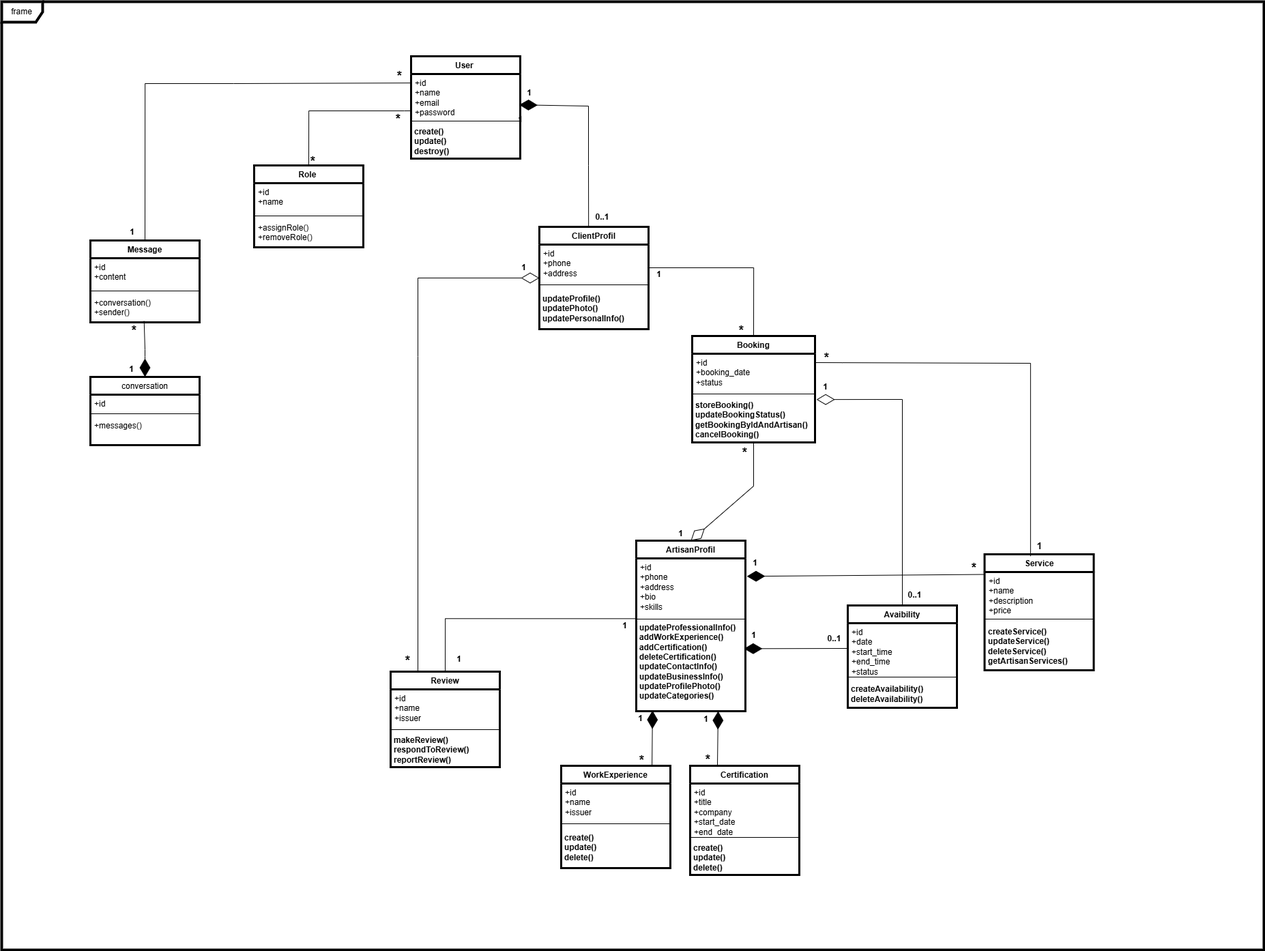
Earlier version of the draw.io export Documentation/Conception/Diagrammes UML/diagrammeClass.drawio.png (mohamedm999/TheMyArtisan). Source tidied: cells renumbered, new cells last; positions are measured from the earlier drawing's top-left corner, leaving out a move shared by most shapes.
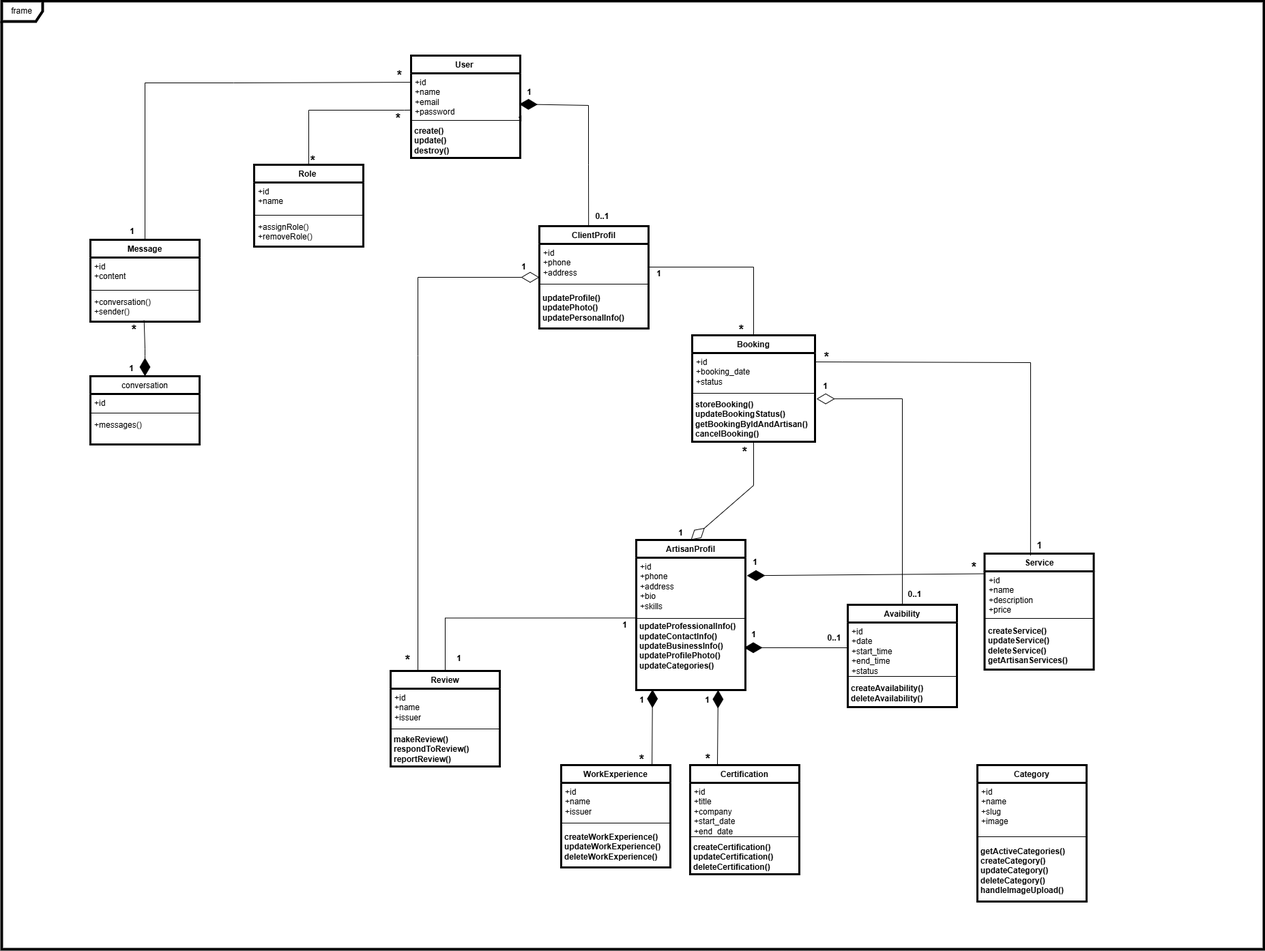
Later version of the same file.

What changed in the source:
```diff
@@ -96,7 +96,7 @@
       <mxGeometry x="1067" y="470" width="34" height="26" as="geometry" />
     </mxCell>
     <mxCell id="28" value="ArtisanProfil" style="swimlane;fontStyle=1;align=center;verticalAlign=top;horizontal=1;startSize=26;whiteSpace=wrap;html=1;strokeWidth=3;" parent="1" vertex="1">
-      <mxGeometry x="930" y="790" width="160" height="250" as="geometry" />
+      <mxGeometry x="930" y="790" width="160" height="220" as="geometry" />
     </mxCell>
     <mxCell id="29" value="+id&amp;nbsp;&lt;div&gt;+phone&lt;/div&gt;&lt;div&gt;+address&lt;/div&gt;&lt;div&gt;+bio&lt;/div&gt;&lt;div&gt;+skills&lt;/div&gt;" style="text;strokeColor=none;fillColor=none;align=left;verticalAlign=top;spacingLeft=4;spacingRight=4;overflow=hidden;points=[[0,0.5],[1,0.5]];portConstraint=eastwest;whiteSpace=wrap;html=1;" parent="28" vertex="1">
       <mxGeometry y="26" width="160" height="84" as="geometry" />
@@ -104,8 +104,8 @@
     <mxCell id="30" style="line;strokeWidth=1;fillColor=none;align=left;verticalAlign=middle;spacingTop=-1;spacingLeft=3;spacingRight=3;labelPosition=right;points=[];portConstraint=eastwest;strokeColor=inherit;" parent="28" vertex="1">
       <mxGeometry y="110" width="160" height="10" as="geometry" />
     </mxCell>
-    <mxCell id="31" value="updateProfessionalInfo()&lt;div&gt;&lt;div&gt;addWorkExperience()&lt;/div&gt;&lt;div&gt;addCertification()&lt;/div&gt;&lt;div&gt;deleteCertification()&lt;/div&gt;&lt;div&gt;updateContactInfo()&lt;/div&gt;&lt;div&gt;updateBusinessInfo()&lt;/div&gt;&lt;div&gt;updateProfilePhoto()&lt;/div&gt;&lt;div&gt;updateCategories()&lt;/div&gt;&lt;/div&gt;&lt;div&gt;&lt;br&gt;&lt;/div&gt;" style="text;align=left;fontStyle=1;verticalAlign=middle;spacingLeft=3;spacingRight=3;strokeColor=none;points=[[0,0.5],[1,0.5]];portConstraint=eastwest;html=1;" parent="28" vertex="1">
-      <mxGeometry y="120" width="160" height="130" as="geometry" />
+    <mxCell id="31" value="updateProfessionalInfo()&lt;div&gt;&lt;div&gt;updateContactInfo()&lt;/div&gt;&lt;div&gt;updateBusinessInfo()&lt;/div&gt;&lt;div&gt;updateProfilePhoto()&lt;/div&gt;&lt;div&gt;updateCategories()&lt;/div&gt;&lt;/div&gt;&lt;div&gt;&lt;br&gt;&lt;/div&gt;&lt;div&gt;&lt;br&gt;&lt;/div&gt;" style="text;align=left;fontStyle=1;verticalAlign=middle;spacingLeft=3;spacingRight=3;strokeColor=none;points=[[0,0.5],[1,0.5]];portConstraint=eastwest;html=1;" parent="28" vertex="1">
+      <mxGeometry y="120" width="160" height="100" as="geometry" />
     </mxCell>
     <mxCell id="32" style="endArrow=diamondThin;endFill=0;endSize=24;html=1;rounded=0;entryX=0.5;entryY=0;entryDx=0;entryDy=0;fontSize=13;exitX=0.5;exitY=1;exitDx=0;exitDy=0;" parent="1" edge="1" source="21" target="28">
       <mxGeometry relative="1" as="geometry">
@@ -138,7 +138,7 @@
     <mxCell id="40" value="0..1" style="text;align=center;fontStyle=1;verticalAlign=middle;spacingLeft=3;spacingRight=3;strokeColor=none;html=1;" parent="1" vertex="1">
       <mxGeometry x="1195" y="924" width="50" height="20" as="geometry" />
     </mxCell>
-    <mxCell id="41" style="endArrow=diamondThin;endFill=1;endSize=24;html=1;rounded=0;entryX=0.987;entryY=0.295;entryDx=0;entryDy=0;entryPerimeter=0;exitX=0;exitY=0.5;exitDx=0;exitDy=0;" parent="1" edge="1" source="36" target="31">
+    <mxCell id="41" style="endArrow=diamondThin;endFill=1;endSize=24;html=1;rounded=0;entryX=0.988;entryY=0.379;entryDx=0;entryDy=0;entryPerimeter=0;exitX=0;exitY=0.5;exitDx=0;exitDy=0;" parent="1" edge="1" source="36" target="31">
       <mxGeometry relative="1" as="geometry" />
     </mxCell>
     <mxCell id="42" style="endArrow=diamondThin;endFill=0;endSize=24;html=1;rounded=0;entryX=1.012;entryY=0.048;entryDx=0;entryDy=0;fontSize=13;exitX=0.5;exitY=0;exitDx=0;exitDy=0;entryPerimeter=0;" parent="1" edge="1" source="35" target="24">
@@ -198,7 +198,7 @@
     <mxCell id="57" style="line;strokeWidth=1;fillColor=none;align=left;verticalAlign=middle;spacingTop=-1;spacingLeft=3;spacingRight=3;labelPosition=right;strokeColor=inherit;" parent="55" vertex="1">
       <mxGeometry y="100" width="160" height="10" as="geometry" />
     </mxCell>
-    <mxCell id="58" value="&lt;div&gt;create()&lt;/div&gt;&lt;div&gt;update()&lt;/div&gt;&lt;div&gt;delete()&lt;/div&gt;" style="text;align=left;fontStyle=1;verticalAlign=middle;spacingLeft=3;spacingRight=3;strokeColor=none;html=1;" parent="55" vertex="1">
+    <mxCell id="58" value="&lt;div&gt;create&lt;span style=&quot;text-align: center; text-wrap-mode: wrap; background-color: transparent; color: light-dark(rgb(0, 0, 0), rgb(255, 255, 255));&quot;&gt;Certification&lt;/span&gt;&lt;span style=&quot;background-color: transparent; color: light-dark(rgb(0, 0, 0), rgb(255, 255, 255));&quot;&gt;()&lt;/span&gt;&lt;/div&gt;&lt;div&gt;update&lt;span style=&quot;text-align: center; text-wrap-mode: wrap; background-color: transparent; color: light-dark(rgb(0, 0, 0), rgb(255, 255, 255));&quot;&gt;Certification&lt;/span&gt;&lt;span style=&quot;background-color: transparent; color: light-dark(rgb(0, 0, 0), rgb(255, 255, 255));&quot;&gt;()&lt;/span&gt;&lt;/div&gt;&lt;div&gt;delete&lt;span style=&quot;text-align: center; text-wrap-mode: wrap; background-color: transparent; color: light-dark(rgb(0, 0, 0), rgb(255, 255, 255));&quot;&gt;Certification&lt;/span&gt;&lt;span style=&quot;background-color: transparent; color: light-dark(rgb(0, 0, 0), rgb(255, 255, 255));&quot;&gt;()&lt;/span&gt;&lt;/div&gt;" style="text;align=left;fontStyle=1;verticalAlign=middle;spacingLeft=3;spacingRight=3;strokeColor=none;html=1;" parent="55" vertex="1">
       <mxGeometry y="110" width="160" height="50" as="geometry" />
     </mxCell>
     <mxCell id="59" value="WorkExperience" style="swimlane;fontStyle=1;align=center;verticalAlign=top;horizontal=1;startSize=26;whiteSpace=wrap;html=1;strokeWidth=3;" parent="1" vertex="1">
@@ -210,7 +210,7 @@
     <mxCell id="61" style="line;strokeWidth=1;fillColor=none;align=left;verticalAlign=middle;spacingTop=-1;spacingLeft=3;spacingRight=3;labelPosition=right;strokeColor=inherit;" parent="59" vertex="1">
       <mxGeometry y="80" width="160" height="10" as="geometry" />
     </mxCell>
-    <mxCell id="62" value="&lt;div&gt;create()&lt;/div&gt;&lt;div&gt;update()&lt;/div&gt;&lt;div&gt;delete()&lt;/div&gt;" style="text;align=left;fontStyle=1;verticalAlign=middle;spacingLeft=3;spacingRight=3;strokeColor=none;html=1;" parent="59" vertex="1">
+    <mxCell id="62" value="&lt;div&gt;create&lt;span style=&quot;text-align: center; text-wrap-mode: wrap; background-color: transparent; color: light-dark(rgb(0, 0, 0), rgb(255, 255, 255));&quot;&gt;WorkExperience&lt;/span&gt;&lt;span style=&quot;background-color: transparent; color: light-dark(rgb(0, 0, 0), rgb(255, 255, 255));&quot;&gt;()&lt;/span&gt;&lt;/div&gt;&lt;div&gt;update&lt;span style=&quot;text-align: center; text-wrap-mode: wrap; background-color: transparent; color: light-dark(rgb(0, 0, 0), rgb(255, 255, 255));&quot;&gt;WorkExperience&lt;/span&gt;&lt;span style=&quot;background-color: transparent; color: light-dark(rgb(0, 0, 0), rgb(255, 255, 255));&quot;&gt;()&lt;/span&gt;&lt;/div&gt;&lt;div&gt;delete&lt;span style=&quot;text-align: center; text-wrap-mode: wrap; background-color: transparent; color: light-dark(rgb(0, 0, 0), rgb(255, 255, 255));&quot;&gt;WorkExperience&lt;/span&gt;&lt;span style=&quot;background-color: transparent; color: light-dark(rgb(0, 0, 0), rgb(255, 255, 255));&quot;&gt;()&lt;/span&gt;&lt;/div&gt;" style="text;align=left;fontStyle=1;verticalAlign=middle;spacingLeft=3;spacingRight=3;strokeColor=none;html=1;" parent="59" vertex="1">
       <mxGeometry y="90" width="160" height="60" as="geometry" />
     </mxCell>
     <mxCell id="63" style="endArrow=diamondThin;endFill=1;endSize=24;html=1;rounded=0;entryX=0.75;entryY=1;entryDx=0;entryDy=0;exitX=0.25;exitY=0;exitDx=0;exitDy=0;" parent="1" edge="1" source="55" target="28">
@@ -220,10 +220,10 @@
       <mxGeometry relative="1" as="geometry" />
     </mxCell>
     <mxCell id="65" value="1" style="text;align=center;fontStyle=1;verticalAlign=middle;spacingLeft=3;spacingRight=3;strokeColor=none;html=1;" parent="1" vertex="1">
-      <mxGeometry x="911" y="1046" width="50" height="10" as="geometry" />
+      <mxGeometry x="913" y="1020" width="50" height="10" as="geometry" />
     </mxCell>
     <mxCell id="66" value="1" style="text;align=center;fontStyle=1;verticalAlign=middle;spacingLeft=3;spacingRight=3;strokeColor=none;html=1;" parent="1" vertex="1">
-      <mxGeometry x="1007" y="1047" width="50" height="10" as="geometry" />
+      <mxGeometry x="1009" y="1020" width="50" height="10" as="geometry" />
     </mxCell>
     <mxCell id="67" value="*" style="text;align=center;fontStyle=1;verticalAlign=middle;spacingLeft=3;spacingRight=3;strokeColor=none;html=1;fontSize=19;" parent="1" vertex="1">
       <mxGeometry x="921" y="1100" width="34" height="26" as="geometry" />
@@ -327,5 +327,17 @@
     <mxCell id="93" value="1" style="text;align=center;fontStyle=1;verticalAlign=middle;spacingLeft=3;spacingRight=3;strokeColor=none;html=1;" parent="1" vertex="1">
       <mxGeometry x="748" y="124" width="50" height="20" as="geometry" />
     </mxCell>
+    <mxCell id="94" value="Category" style="swimlane;fontStyle=1;align=center;verticalAlign=top;horizontal=1;startSize=26;whiteSpace=wrap;html=1;strokeWidth=3;" parent="1" vertex="1">
+      <mxGeometry x="1430" y="1120" width="160" height="200" as="geometry" />
+    </mxCell>
+    <mxCell id="95" value="+id&amp;nbsp;&lt;div&gt;+name&lt;/div&gt;&lt;div&gt;+slug&lt;/div&gt;&lt;div&gt;+image&lt;/div&gt;" style="text;strokeColor=none;fillColor=none;align=left;verticalAlign=top;spacingLeft=4;spacingRight=4;overflow=hidden;whiteSpace=wrap;html=1;" parent="94" vertex="1">
+      <mxGeometry y="26" width="160" height="74" as="geometry" />
+    </mxCell>
+    <mxCell id="96" style="line;strokeWidth=1;fillColor=none;align=left;verticalAlign=middle;spacingTop=-1;spacingLeft=3;spacingRight=3;labelPosition=right;strokeColor=inherit;" parent="94" vertex="1">
+      <mxGeometry y="100" width="160" height="10" as="geometry" />
+    </mxCell>
+    <mxCell id="97" value="&lt;div&gt;getActiveCategories()&lt;/div&gt;&lt;div&gt;createCategory()&lt;/div&gt;&lt;div&gt;updateCategory()&lt;/div&gt;&lt;div&gt;deleteCategory()&lt;/div&gt;&lt;div&gt;handleImageUpload()&lt;/div&gt;" style="text;align=left;fontStyle=1;verticalAlign=middle;spacingLeft=3;spacingRight=3;strokeColor=none;html=1;" parent="94" vertex="1">
+      <mxGeometry y="110" width="160" height="90" as="geometry" />
+    </mxCell>
   </root>
 </mxGraphModel>
```
